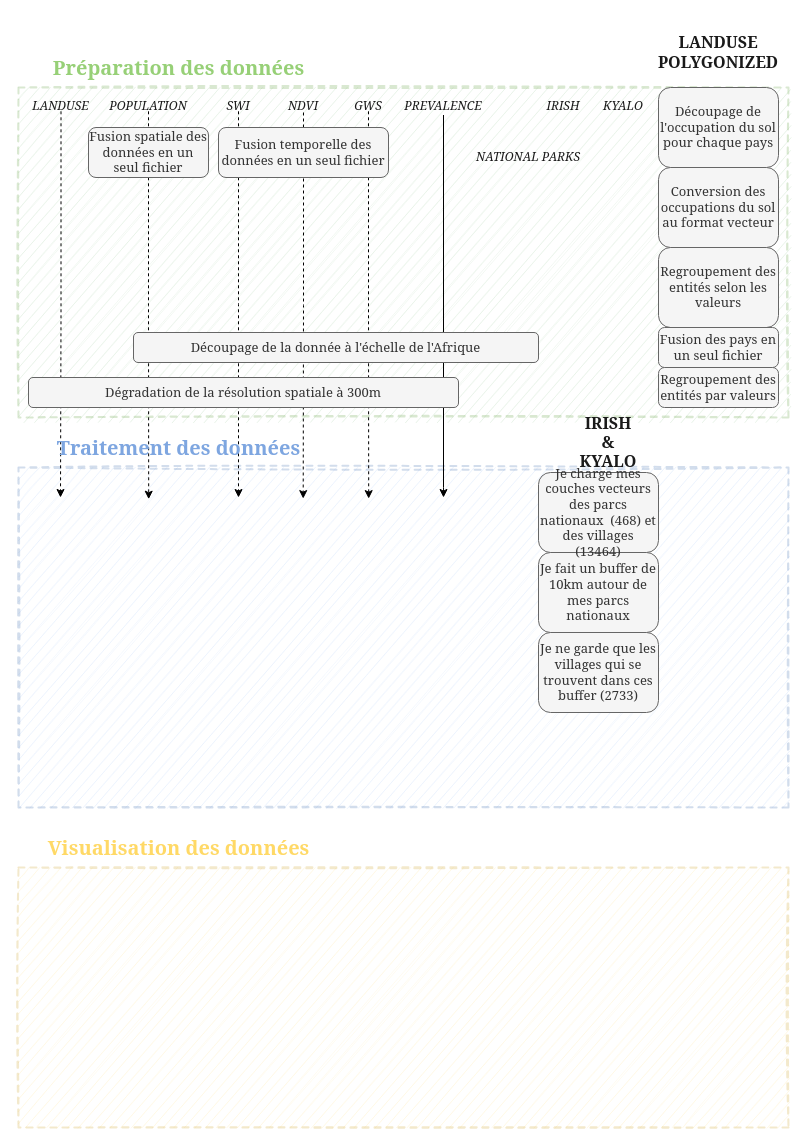
The draw.io diagram page "Global I/O" (1 of 2) of docs/INPMT_simple.drawio in pierre-manchon/INPMT, before the edit. Source tidied: cells renumbered, new cells numbered last; positions are measured from the earlier drawing's top-left corner, leaving out a move shared by most shapes. Both pictures are drawn from the tidied source at 100%, with x=0, y=0 at pixel (18, 17).
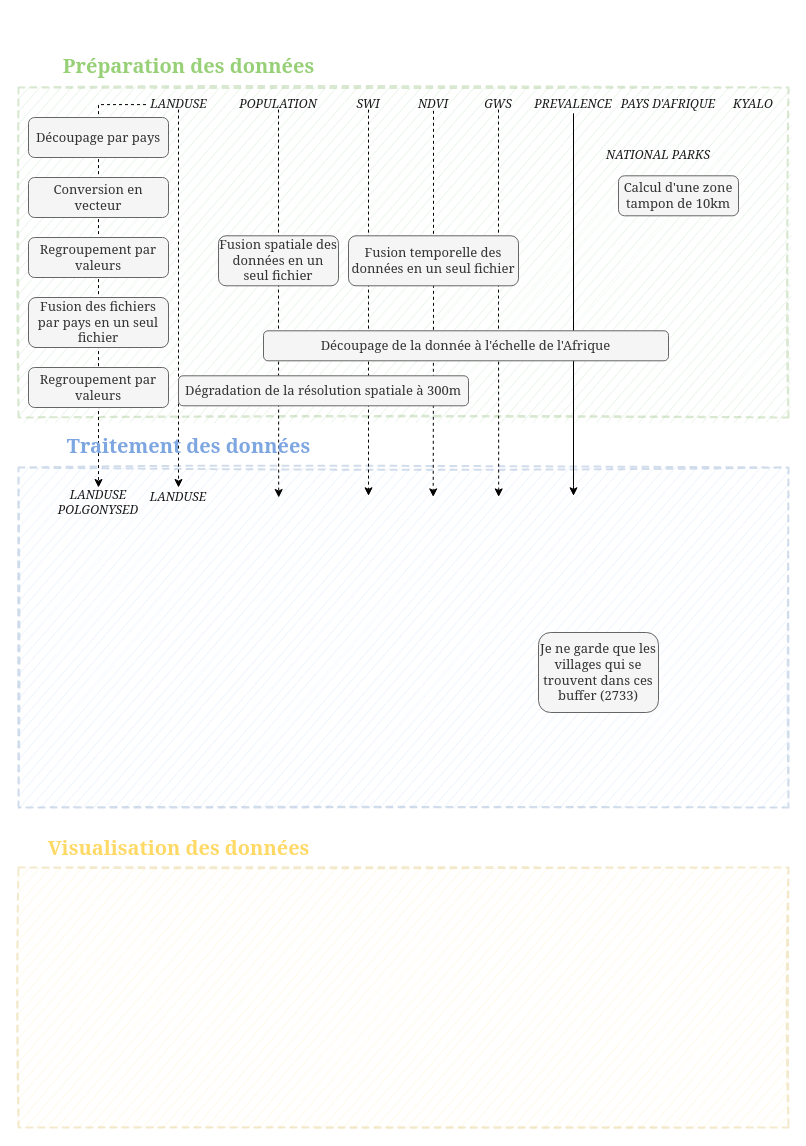
The same page after the edit.

Diff of the diagram source:
```diff
@@
+    <mxCell id="4" style="rounded=0;whiteSpace=wrap;html=1;strokeColor=#6c8ebf;dashed=1;strokeWidth=2;fillColor=#dae8fc;opacity=30;sketch=1;" parent="1" vertex="1">
+      <mxGeometry y="450" width="770" height="340" as="geometry" />
+    </mxCell>
@@
     <mxCell id="3" value="Préparation des données" style="text;align=center;verticalAlign=middle;rounded=0;dashed=1;opacity=30;fontStyle=1;fontSize=20;fontColor=#97D077;labelBackgroundColor=none;labelBorderColor=none;html=1;labelPosition=center;verticalLabelPosition=middle;fontFamily=Georgia;" parent="1" vertex="1">
-      <mxGeometry x="20" y="30" width="280" height="40" as="geometry" />
+      <mxGeometry x="30" y="28.3" width="280" height="40" as="geometry" />
     </mxCell>
-    <mxCell id="4" style="rounded=0;whiteSpace=wrap;html=1;strokeColor=#6c8ebf;dashed=1;strokeWidth=2;fillColor=#dae8fc;opacity=30;sketch=1;" parent="1" vertex="1">
-      <mxGeometry y="450" width="770" height="340" as="geometry" />
-    </mxCell>
@@
-    <mxCell id="7" value="Je fait un buffer de 10km autour de mes parcs nationaux" style="rounded=1;whiteSpace=wrap;html=1;shadow=0;labelBackgroundColor=none;sketch=0;fontFamily=Georgia;fontSize=13;strokeWidth=1;fillColor=#f5f5f5;strokeColor=#666666;fontColor=#333333;" parent="1" vertex="1">
-      <mxGeometry x="520" y="535" width="120" height="80" as="geometry" />
+    <mxCell id="7" value="Calcul d'une zone tampon de 10km" style="rounded=1;whiteSpace=wrap;html=1;shadow=0;labelBackgroundColor=none;sketch=0;fontFamily=Georgia;fontSize=13;strokeWidth=1;fillColor=#f5f5f5;strokeColor=#666666;fontColor=#333333;" parent="1" vertex="1">
+      <mxGeometry x="600" y="158.3" width="120" height="40" as="geometry" />
     </mxCell>
@@
-    <mxCell id="9" value="Je charge mes couches vecteurs des parcs nationaux&amp;nbsp; (468) et des villages (13464)" style="rounded=1;whiteSpace=wrap;html=1;shadow=0;labelBackgroundColor=none;sketch=0;fontFamily=Georgia;fontSize=13;strokeWidth=1;fillColor=#f5f5f5;strokeColor=#666666;fontColor=#333333;" parent="1" vertex="1">
-      <mxGeometry x="520" y="455" width="120" height="80" as="geometry" />
-    </mxCell>
-    <mxCell id="10" value="IRISH &amp;amp; KYALO" style="text;html=1;strokeColor=none;fillColor=none;align=center;verticalAlign=middle;whiteSpace=wrap;rounded=0;shadow=0;labelBackgroundColor=none;sketch=0;fontFamily=Georgia;fontSize=16;fontColor=#1A1A1A;fontStyle=1;" parent="1" vertex="1">
-      <mxGeometry x="560" y="390" width="60" height="70" as="geometry" />
-    </mxCell>
-    <mxCell id="11" style="edgeStyle=orthogonalEdgeStyle;rounded=0;jettySize=auto;html=1;exitX=0.5;exitY=1;exitDx=0;exitDy=0;dashed=1;" parent="1" edge="1" source="12">
+    <mxCell id="11" style="edgeStyle=orthogonalEdgeStyle;rounded=0;jettySize=auto;html=1;exitX=0.5;exitY=1;exitDx=0;exitDy=0;dashed=1;entryX=0.5;entryY=0;entryDx=0;entryDy=0;" parent="1" edge="1" source="12" target="40">
       <mxGeometry relative="1" as="geometry">
-        <mxPoint x="42" y="480" as="targetPoint" />
         <Array as="points">
-          <mxPoint x="42" y="302" />
-          <mxPoint x="42" y="510" />
+          <mxPoint x="160" y="450" />
+          <mxPoint x="160" y="450" />
         </Array>
       </mxGeometry>
     </mxCell>
+    <mxCell id="37" style="edgeStyle=orthogonalEdgeStyle;rounded=0;jettySize=auto;html=1;exitX=0;exitY=0.5;exitDx=0;exitDy=0;dashed=1;entryX=0.5;entryY=0;entryDx=0;entryDy=0;" parent="1" edge="1" source="12" target="39">
+      <mxGeometry relative="1" as="geometry">
+        <Array as="points">
+          <mxPoint x="80" y="87" />
+        </Array>
+      </mxGeometry>
+    </mxCell>
     <mxCell id="12" value="LANDUSE" style="text;html=1;strokeColor=none;fillColor=none;align=center;verticalAlign=middle;whiteSpace=wrap;rounded=0;shadow=0;labelBackgroundColor=none;sketch=0;fontFamily=Georgia;fontSize=12;fontColor=#1A1A1A;fontStyle=2;rotation=0;direction=east;" parent="1" vertex="1">
-      <mxGeometry x="10" y="83.8" width="65" height="10" as="geometry" />
+      <mxGeometry x="127.5" y="82.1" width="65" height="10" as="geometry" />
     </mxCell>
-    <mxCell id="13" value="LANDUSE POLYGONIZED" style="text;html=1;strokeColor=none;fillColor=none;align=center;verticalAlign=middle;whiteSpace=wrap;rounded=0;shadow=0;labelBackgroundColor=none;sketch=0;fontFamily=Georgia;fontSize=16;fontColor=#1A1A1A;fontStyle=1;" parent="1" vertex="1">
-      <mxGeometry x="640" width="120" height="70" as="geometry" />
-    </mxCell>
-    <mxCell id="14" value="Découpage de l'occupation du sol pour chaque pays" style="rounded=1;whiteSpace=wrap;html=1;shadow=0;labelBackgroundColor=none;sketch=0;fontFamily=Georgia;fontSize=13;strokeWidth=1;fillColor=#f5f5f5;strokeColor=#666666;fontColor=#333333;" parent="1" vertex="1">
-      <mxGeometry x="640" y="70" width="120" height="80" as="geometry" />
+    <mxCell id="14" value="Découpage par pays" style="rounded=1;whiteSpace=wrap;html=1;shadow=0;labelBackgroundColor=none;sketch=0;fontFamily=Georgia;fontSize=13;strokeWidth=1;fillColor=#f5f5f5;strokeColor=#666666;fontColor=#333333;" parent="1" vertex="1">
+      <mxGeometry x="10" y="100" width="140" height="40" as="geometry" />
     </mxCell>
-    <mxCell id="15" value="Conversion des occupations du sol au format vecteur" style="rounded=1;whiteSpace=wrap;html=1;shadow=0;labelBackgroundColor=none;sketch=0;fontFamily=Georgia;fontSize=13;strokeWidth=1;fillColor=#f5f5f5;strokeColor=#666666;fontColor=#333333;" parent="1" vertex="1">
-      <mxGeometry x="640" y="150" width="120" height="80" as="geometry" />
+    <mxCell id="15" value="Conversion en vecteur" style="rounded=1;whiteSpace=wrap;html=1;shadow=0;labelBackgroundColor=none;sketch=0;fontFamily=Georgia;fontSize=13;strokeWidth=1;fillColor=#f5f5f5;strokeColor=#666666;fontColor=#333333;" parent="1" vertex="1">
+      <mxGeometry x="10" y="160" width="140" height="40" as="geometry" />
     </mxCell>
-    <mxCell id="16" value="Regroupement des entités selon les valeurs" style="rounded=1;whiteSpace=wrap;html=1;shadow=0;labelBackgroundColor=none;sketch=0;fontFamily=Georgia;fontSize=13;strokeWidth=1;fillColor=#f5f5f5;strokeColor=#666666;fontColor=#333333;" parent="1" vertex="1">
-      <mxGeometry x="640" y="230" width="120" height="80" as="geometry" />
-    </mxCell>
-    <mxCell id="17" value="Fusion des pays en un seul fichier" style="rounded=1;whiteSpace=wrap;html=1;shadow=0;labelBackgroundColor=none;sketch=0;fontFamily=Georgia;fontSize=13;strokeWidth=1;fillColor=#f5f5f5;strokeColor=#666666;fontColor=#333333;" parent="1" vertex="1">
-      <mxGeometry x="640" y="310" width="120" height="40" as="geometry" />
+    <mxCell id="17" value="Fusion des fichiers par pays en un seul fichier" style="rounded=1;whiteSpace=wrap;html=1;shadow=0;labelBackgroundColor=none;sketch=0;fontFamily=Georgia;fontSize=13;strokeWidth=1;fillColor=#f5f5f5;strokeColor=#666666;fontColor=#333333;" parent="1" vertex="1">
+      <mxGeometry x="10" y="280" width="140" height="50" as="geometry" />
     </mxCell>
-    <mxCell id="18" value="Regroupement des entités par valeurs" style="rounded=1;whiteSpace=wrap;html=1;shadow=0;labelBackgroundColor=none;sketch=0;fontFamily=Georgia;fontSize=13;strokeWidth=1;fillColor=#f5f5f5;strokeColor=#666666;fontColor=#333333;" parent="1" vertex="1">
-      <mxGeometry x="640" y="350" width="120" height="40" as="geometry" />
+    <mxCell id="18" value="Regroupement par valeurs" style="rounded=1;whiteSpace=wrap;html=1;shadow=0;labelBackgroundColor=none;sketch=0;fontFamily=Georgia;fontSize=13;strokeWidth=1;fillColor=#f5f5f5;strokeColor=#666666;fontColor=#333333;" parent="1" vertex="1">
+      <mxGeometry x="10" y="350" width="140" height="40" as="geometry" />
     </mxCell>
     <mxCell id="19" style="edgeStyle=orthogonalEdgeStyle;rounded=0;jettySize=auto;html=1;exitX=0.5;exitY=1;exitDx=0;exitDy=0;dashed=1;" parent="1" edge="1" source="20">
       <mxGeometry relative="1" as="geometry">
-        <mxPoint x="130.2" y="481.7" as="targetPoint" />
+        <mxPoint x="260.2" y="480" as="targetPoint" />
       </mxGeometry>
     </mxCell>
     <mxCell id="20" value="POPULATION" style="text;html=1;strokeColor=none;fillColor=none;align=center;verticalAlign=middle;whiteSpace=wrap;rounded=0;shadow=0;labelBackgroundColor=none;sketch=0;fontFamily=Georgia;fontSize=12;fontColor=#1A1A1A;fontStyle=2;rotation=0;direction=east;" parent="1" vertex="1">
-      <mxGeometry x="90" y="83.8" width="80" height="10" as="geometry" />
+      <mxGeometry x="220" y="82.1" width="80" height="10" as="geometry" />
     </mxCell>
     <mxCell id="21" style="edgeStyle=orthogonalEdgeStyle;rounded=0;jettySize=auto;html=1;exitX=0.5;exitY=1;exitDx=0;exitDy=0;dashed=1;" parent="1" edge="1" source="22">
       <mxGeometry relative="1" as="geometry">
-        <mxPoint x="220" y="480" as="targetPoint" />
+        <mxPoint x="350" y="478.3" as="targetPoint" />
       </mxGeometry>
     </mxCell>
     <mxCell id="22" value="SWI" style="text;html=1;strokeColor=none;fillColor=none;align=center;verticalAlign=middle;whiteSpace=wrap;rounded=0;shadow=0;labelBackgroundColor=none;sketch=0;fontFamily=Georgia;fontSize=12;fontColor=#1A1A1A;fontStyle=2;rotation=0;direction=east;" parent="1" vertex="1">
-      <mxGeometry x="205" y="83.8" width="30" height="10" as="geometry" />
+      <mxGeometry x="335" y="82.1" width="30" height="10" as="geometry" />
     </mxCell>
     <mxCell id="23" style="edgeStyle=orthogonalEdgeStyle;rounded=0;jettySize=auto;html=1;exitX=0.5;exitY=1;exitDx=0;exitDy=0;dashed=1;" parent="1" edge="1" source="24">
       <mxGeometry relative="1" as="geometry">
-        <mxPoint x="350.2" y="481.1" as="targetPoint" />
+        <mxPoint x="480.2" y="479.4" as="targetPoint" />
       </mxGeometry>
     </mxCell>
     <mxCell id="24" value="GWS" style="text;html=1;strokeColor=none;fillColor=none;align=center;verticalAlign=middle;whiteSpace=wrap;rounded=0;shadow=0;labelBackgroundColor=none;sketch=0;fontFamily=Georgia;fontSize=12;fontColor=#1A1A1A;fontStyle=2;rotation=0;direction=east;" parent="1" vertex="1">
-      <mxGeometry x="335" y="83.8" width="30" height="10" as="geometry" />
+      <mxGeometry x="465" y="82.1" width="30" height="10" as="geometry" />
     </mxCell>
     <mxCell id="25" value="Traitement des données" style="text;align=center;verticalAlign=middle;rounded=0;dashed=1;opacity=30;fontStyle=1;fontSize=20;labelBackgroundColor=none;labelBorderColor=none;html=1;labelPosition=center;verticalLabelPosition=middle;fontFamily=Georgia;fontColor=#7EA6E0;" parent="1" vertex="1">
-      <mxGeometry x="20" y="410" width="280" height="40" as="geometry" />
+      <mxGeometry x="30" y="408.3" width="280" height="40" as="geometry" />
     </mxCell>
-    <mxCell id="26" value="IRISH" style="text;html=1;strokeColor=none;fillColor=none;align=center;verticalAlign=middle;whiteSpace=wrap;rounded=0;shadow=0;labelBackgroundColor=none;sketch=0;fontFamily=Georgia;fontSize=12;fontColor=#1A1A1A;fontStyle=2;rotation=0;direction=east;" parent="1" vertex="1">
-      <mxGeometry x="520" y="81.2" width="50" height="15" as="geometry" />
+    <mxCell id="26" value="PAYS D'AFRIQUE" style="text;html=1;strokeColor=none;fillColor=none;align=center;verticalAlign=middle;whiteSpace=wrap;rounded=0;shadow=0;labelBackgroundColor=none;sketch=0;fontFamily=Georgia;fontSize=12;fontColor=#1A1A1A;fontStyle=2;rotation=0;direction=east;" parent="1" vertex="1">
+      <mxGeometry x="600" y="79.6" width="100" height="15" as="geometry" />
     </mxCell>
     <mxCell id="27" value="KYALO" style="text;html=1;strokeColor=none;fillColor=none;align=center;verticalAlign=middle;whiteSpace=wrap;rounded=0;shadow=0;labelBackgroundColor=none;sketch=0;fontFamily=Georgia;fontSize=12;fontColor=#1A1A1A;fontStyle=2;rotation=0;direction=east;" parent="1" vertex="1">
-      <mxGeometry x="580" y="81.2" width="50" height="15" as="geometry" />
+      <mxGeometry x="710" y="79.6" width="50" height="15" as="geometry" />
     </mxCell>
     <mxCell id="28" value="NATIONAL PARKS" style="text;html=1;strokeColor=none;fillColor=none;align=center;verticalAlign=middle;whiteSpace=wrap;rounded=0;shadow=0;labelBackgroundColor=none;sketch=0;fontFamily=Georgia;fontSize=12;fontColor=#1A1A1A;fontStyle=2;rotation=0;direction=east;" parent="1" vertex="1">
-      <mxGeometry x="450" y="130" width="120" height="20" as="geometry" />
+      <mxGeometry x="580" y="128.3" width="120" height="20" as="geometry" />
     </mxCell>
     <mxCell id="29" style="edgeStyle=orthogonalEdgeStyle;rounded=0;jettySize=auto;html=1;exitX=0.5;exitY=1;exitDx=0;exitDy=0;dashed=1;" parent="1" edge="1" source="30">
       <mxGeometry relative="1" as="geometry">
-        <mxPoint x="284.7" y="481.1" as="targetPoint" />
+        <mxPoint x="414.7" y="479.4" as="targetPoint" />
       </mxGeometry>
     </mxCell>
     <mxCell id="30" value="NDVI" style="text;html=1;strokeColor=none;fillColor=none;align=center;verticalAlign=middle;whiteSpace=wrap;rounded=0;shadow=0;labelBackgroundColor=none;sketch=0;fontFamily=Georgia;fontSize=12;fontColor=#1A1A1A;fontStyle=2;rotation=0;direction=east;" parent="1" vertex="1">
-      <mxGeometry x="260" y="82.5" width="50" height="12.5" as="geometry" />
+      <mxGeometry x="390" y="80.8" width="50" height="12.5" as="geometry" />
     </mxCell>
     <mxCell id="31" style="edgeStyle=orthogonalEdgeStyle;rounded=0;jettySize=auto;html=1;exitX=0.5;exitY=1;exitDx=0;exitDy=0;" parent="1" edge="1" source="32">
       <mxGeometry relative="1" as="geometry">
-        <mxPoint x="425" y="480" as="targetPoint" />
+        <mxPoint x="555" y="478.3" as="targetPoint" />
         <Array as="points">
-          <mxPoint x="425" y="470" />
-          <mxPoint x="425" y="470" />
+          <mxPoint x="555" y="468.3" />
+          <mxPoint x="555" y="468.3" />
         </Array>
       </mxGeometry>
     </mxCell>
     <mxCell id="32" value="PREVALENCE" style="text;html=1;strokeColor=none;fillColor=none;align=center;verticalAlign=middle;whiteSpace=wrap;rounded=0;shadow=0;labelBackgroundColor=none;sketch=0;fontFamily=Georgia;fontSize=12;fontColor=#1A1A1A;fontStyle=2;rotation=0;direction=east;" parent="1" vertex="1">
-      <mxGeometry x="380" y="80" width="90" height="17.5" as="geometry" />
+      <mxGeometry x="510" y="78.3" width="90" height="17.5" as="geometry" />
     </mxCell>
     <mxCell id="33" value="Fusion spatiale des données en un seul fichier" style="rounded=1;whiteSpace=wrap;html=1;shadow=0;labelBackgroundColor=none;sketch=0;fontFamily=Georgia;fontSize=13;strokeWidth=1;fillColor=#f5f5f5;strokeColor=#666666;fontColor=#333333;" parent="1" vertex="1">
-      <mxGeometry x="70" y="110" width="120" height="50" as="geometry" />
+      <mxGeometry x="200" y="218.3" width="120" height="50" as="geometry" />
     </mxCell>
     <mxCell id="34" value="Fusion temporelle des données en un seul fichier" style="rounded=1;whiteSpace=wrap;html=1;shadow=0;labelBackgroundColor=none;sketch=0;fontFamily=Georgia;fontSize=13;strokeWidth=1;fillColor=#f5f5f5;strokeColor=#666666;fontColor=#333333;" parent="1" vertex="1">
-      <mxGeometry x="200" y="110" width="170" height="50" as="geometry" />
+      <mxGeometry x="330" y="218.3" width="170" height="50" as="geometry" />
     </mxCell>
     <mxCell id="35" value="Dégradation de la résolution spatiale à 300m" style="rounded=1;whiteSpace=wrap;html=1;shadow=0;labelBackgroundColor=none;sketch=0;fontFamily=Georgia;fontSize=13;strokeWidth=1;fillColor=#f5f5f5;strokeColor=#666666;fontColor=#333333;" parent="1" vertex="1">
-      <mxGeometry x="10" y="360" width="430" height="30" as="geometry" />
+      <mxGeometry x="160" y="358.3" width="290" height="30" as="geometry" />
     </mxCell>
     <mxCell id="36" value="Découpage de la donnée à l'échelle de l'Afrique" style="rounded=1;whiteSpace=wrap;html=1;shadow=0;labelBackgroundColor=none;sketch=0;fontFamily=Georgia;fontSize=13;strokeWidth=1;fillColor=#f5f5f5;strokeColor=#666666;fontColor=#333333;" parent="1" vertex="1">
-      <mxGeometry x="115" y="315" width="405" height="30" as="geometry" />
+      <mxGeometry x="245" y="313.3" width="405" height="30" as="geometry" />
     </mxCell>
+    <mxCell id="38" value="Regroupement par valeurs" style="rounded=1;whiteSpace=wrap;html=1;shadow=0;labelBackgroundColor=none;sketch=0;fontFamily=Georgia;fontSize=13;strokeWidth=1;fillColor=#f5f5f5;strokeColor=#666666;fontColor=#333333;" parent="1" vertex="1">
+      <mxGeometry x="10" y="220" width="140" height="40" as="geometry" />
+    </mxCell>
+    <mxCell id="39" value="LANDUSE POLGONYSED" style="text;html=1;strokeColor=none;fillColor=none;align=center;verticalAlign=middle;whiteSpace=wrap;rounded=0;shadow=0;labelBackgroundColor=none;sketch=0;fontFamily=Georgia;fontSize=12;fontColor=#1A1A1A;fontStyle=2;rotation=0;direction=east;" parent="1" vertex="1">
+      <mxGeometry x="40" y="470" width="80" height="30" as="geometry" />
+    </mxCell>
+    <mxCell id="40" value="LANDUSE" style="text;html=1;strokeColor=none;fillColor=none;align=center;verticalAlign=middle;whiteSpace=wrap;rounded=0;shadow=0;labelBackgroundColor=none;sketch=0;fontFamily=Georgia;fontSize=12;fontColor=#1A1A1A;fontStyle=2;rotation=0;direction=east;" parent="1" vertex="1">
+      <mxGeometry x="120" y="470" width="80" height="20" as="geometry" />
+    </mxCell>
```
